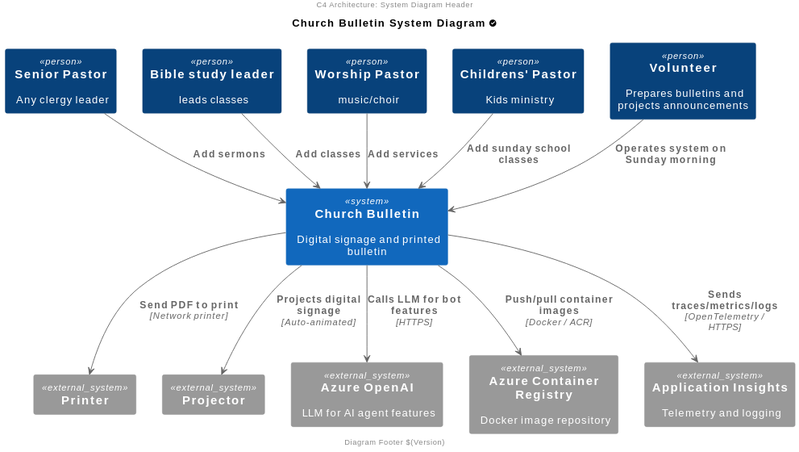
Before: arch/arch-c4-system.svg, a diagram exported from PlantUML (ClearMeasureLabs/bootcamp-palermo-workorders).
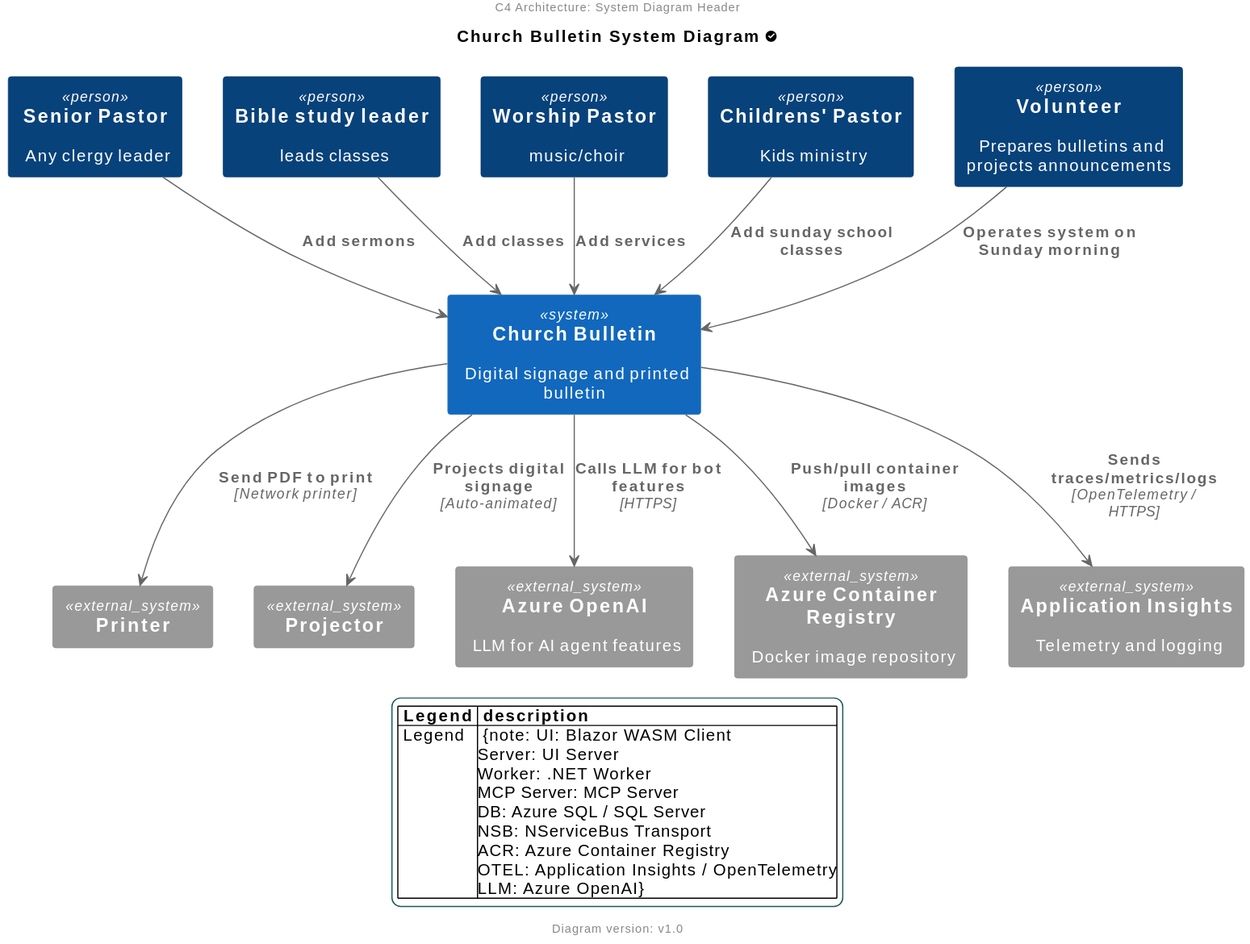
The same diagram one commit later.

What changed in the source:
```diff
@@ -1,4 +1,6 @@
 @startuml
+!includeurl https://raw.githubusercontent.com/ClearMeasureLabs/bootcamp-palermo-workorders/docs/architecture-enhancements/arch/templates/plantuml-theme.puml
+
 scale 2/3
 center header
     C4 Architecture: System Diagram Header
@@ -34,7 +36,6 @@
 Rel(churchbulletin, acr, "Push/pull container images", "Docker / ACR")
 Rel(churchbulletin, appInsights, "Sends traces/metrics/logs", "OpenTelemetry / HTTPS")
 
-center footer
-    Diagram Footer $(Version)
-endfooter
+LEGEND("Legend","UI: Blazor WASM Client\nServer: UI Server\nWorker: .NET Worker\nMCP Server: MCP Server\nDB: Azure SQL / SQL Server\nNSB: NServiceBus Transport\nACR: Azure Container Registry\nOTEL: Application Insights / OpenTelemetry\nLLM: Azure OpenAI")
+FOOTER()
 @enduml
```
